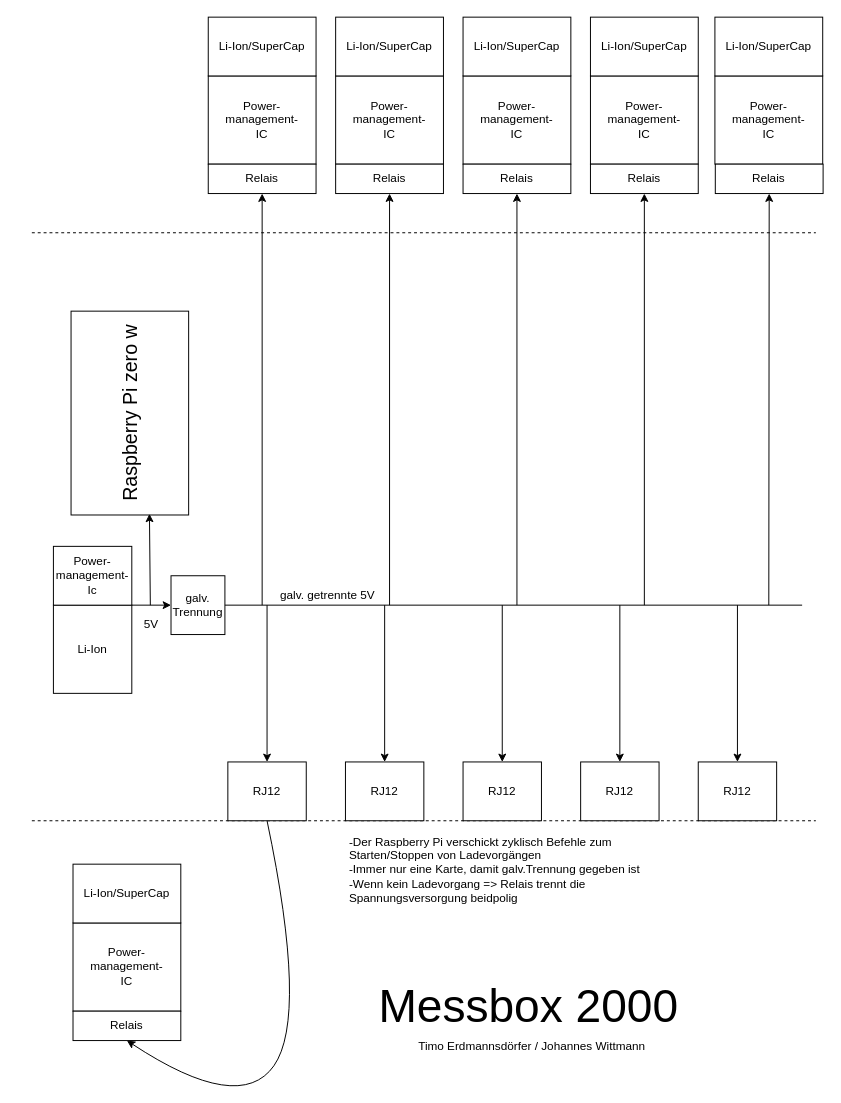
Earlier version of the draw.io diagram doc/Messbox_Power.drawio (klosskopf/Messbox). Source tidied: cells renumbered, new cells numbered last; positions are measured from the earlier drawing's top-left corner, leaving out a move shared by most shapes. Both pictures are drawn from the tidied source at 98%, with x=0, y=0 at pixel (27, 17).
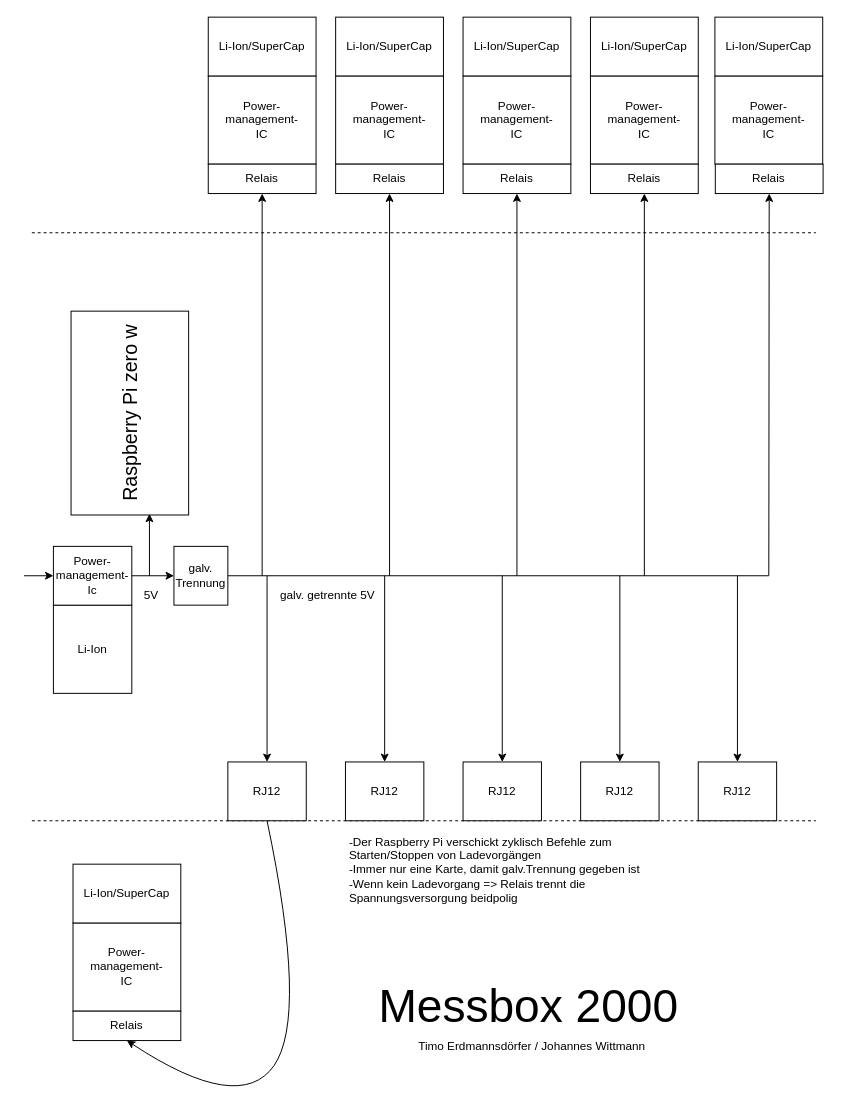
After the change.

Commit message (it also covers changes not shown here):
Added schematic pdfs

The change refers to these unchanged cells:
```xml
<mxCell id="8" value="Relais" style="rounded=0;whiteSpace=wrap;html=1;" parent="1" vertex="1">
  <mxGeometry x="184" y="150" width="110" height="30" as="geometry" />
</mxCell>
<mxCell id="9" value="Relais" style="rounded=0;whiteSpace=wrap;html=1;" parent="1" vertex="1">
  <mxGeometry x="314" y="150" width="110" height="30" as="geometry" />
</mxCell>
<mxCell id="10" value="Relais" style="rounded=0;whiteSpace=wrap;html=1;" parent="1" vertex="1">
  <mxGeometry x="444" y="150" width="110" height="30" as="geometry" />
</mxCell>
<mxCell id="11" value="Relais" style="rounded=0;whiteSpace=wrap;html=1;" parent="1" vertex="1">
  <mxGeometry x="574" y="150" width="110" height="30" as="geometry" />
</mxCell>
<mxCell id="12" value="Relais" style="rounded=0;whiteSpace=wrap;html=1;" parent="1" vertex="1">
  <mxGeometry x="701.4" y="150" width="110" height="30" as="geometry" />
</mxCell>
<mxCell id="20" value="RJ12" style="rounded=0;whiteSpace=wrap;html=1;" parent="1" vertex="1">
  <mxGeometry x="204" y="760" width="80" height="60" as="geometry" />
</mxCell>
<mxCell id="21" value="RJ12" style="rounded=0;whiteSpace=wrap;html=1;" parent="1" vertex="1">
  <mxGeometry x="324" y="760" width="80" height="60" as="geometry" />
</mxCell>
<mxCell id="22" value="RJ12" style="rounded=0;whiteSpace=wrap;html=1;" parent="1" vertex="1">
  <mxGeometry x="444" y="760" width="80" height="60" as="geometry" />
</mxCell>
<mxCell id="23" value="RJ12" style="rounded=0;whiteSpace=wrap;html=1;" parent="1" vertex="1">
  <mxGeometry x="564" y="760" width="80" height="60" as="geometry" />
</mxCell>
<mxCell id="24" value="RJ12" style="rounded=0;whiteSpace=wrap;html=1;" parent="1" vertex="1">
  <mxGeometry x="684" y="760" width="80" height="60" as="geometry" />
</mxCell>
<mxCell id="29" value="Power-&lt;br&gt;management-&lt;br&gt;Ic" style="rounded=0;whiteSpace=wrap;html=1;" parent="1" vertex="1">
  <mxGeometry x="26" y="540" width="80" height="60" as="geometry" />
</mxCell>
```

The edit, as a diff of the source:
```diff
@@
     <mxCell id="30" value="galv. Trennung" style="rounded=0;whiteSpace=wrap;html=1;" parent="1" vertex="1">
-      <mxGeometry x="146" y="570" width="55" height="60" as="geometry" />
+      <mxGeometry x="149" y="540" width="55" height="60" as="geometry" />
     </mxCell>
-    <mxCell id="31" style="endArrow=classic;html=1;entryX=0;entryY=0.5;entryDx=0;entryDy=0;" parent="1" edge="1" target="30">
-      <mxGeometry relative="1" as="geometry">
-        <mxPoint x="106" y="600" as="sourcePoint" />
-      </mxGeometry>
+    <mxCell id="31" style="endArrow=classic;html=1;entryX=0;entryY=0.5;entryDx=0;entryDy=0;exitX=1;exitY=0.5;exitDx=0;exitDy=0;" parent="1" edge="1" source="29" target="30">
+      <mxGeometry relative="1" as="geometry" />
     </mxCell>
     <mxCell id="32" style="endArrow=classic;html=1;entryX=0.006;entryY=0.676;entryDx=0;entryDy=0;entryPerimeter=0;" parent="1" edge="1">
       <mxGeometry relative="1" as="geometry">
-        <mxPoint x="124.9" y="600" as="sourcePoint" />
+        <mxPoint x="124" y="570" as="sourcePoint" />
         <mxPoint x="124" y="506.8" as="targetPoint" />
       </mxGeometry>
     </mxCell>
     <mxCell id="33" value="5V" style="text;html=1;strokeColor=none;fillColor=none;align=center;verticalAlign=middle;whiteSpace=wrap;rounded=0;rotation=0;" parent="1" vertex="1">
-      <mxGeometry x="106" y="610" width="40" height="20" as="geometry" />
+      <mxGeometry x="106" y="580" width="40" height="20" as="geometry" />
     </mxCell>
     <mxCell id="34" style="endArrow=none;html=1;exitX=1;exitY=0.5;exitDx=0;exitDy=0;" parent="1" edge="1" source="30">
       <mxGeometry relative="1" as="geometry">
-        <mxPoint x="790" y="600" as="targetPoint" />
+        <mxPoint x="756" y="570" as="targetPoint" />
       </mxGeometry>
     </mxCell>
     <mxCell id="35" style="endArrow=classic;html=1;entryX=0.5;entryY=1;entryDx=0;entryDy=0;" parent="1" edge="1" target="8">
       <mxGeometry relative="1" as="geometry">
-        <mxPoint x="239" y="600" as="sourcePoint" />
+        <mxPoint x="239" y="570" as="sourcePoint" />
       </mxGeometry>
     </mxCell>
     <mxCell id="36" style="endArrow=classic;html=1;entryX=0.5;entryY=1;entryDx=0;entryDy=0;" parent="1" edge="1" target="9">
       <mxGeometry relative="1" as="geometry">
-        <mxPoint x="369" y="600" as="sourcePoint" />
+        <mxPoint x="369" y="570" as="sourcePoint" />
       </mxGeometry>
     </mxCell>
     <mxCell id="37" style="endArrow=classic;html=1;entryX=0.5;entryY=1;entryDx=0;entryDy=0;" parent="1" edge="1" target="10">
       <mxGeometry relative="1" as="geometry">
-        <mxPoint x="499" y="600" as="sourcePoint" />
+        <mxPoint x="499" y="570" as="sourcePoint" />
       </mxGeometry>
     </mxCell>
     <mxCell id="38" style="endArrow=classic;html=1;entryX=0.5;entryY=1;entryDx=0;entryDy=0;" parent="1" edge="1" target="11">
       <mxGeometry relative="1" as="geometry">
-        <mxPoint x="629" y="600" as="sourcePoint" />
+        <mxPoint x="629" y="570" as="sourcePoint" />
       </mxGeometry>
     </mxCell>
     <mxCell id="39" style="endArrow=classic;html=1;entryX=0.5;entryY=1;entryDx=0;entryDy=0;" parent="1" edge="1" target="12">
       <mxGeometry relative="1" as="geometry">
-        <mxPoint x="756" y="600" as="sourcePoint" />
+        <mxPoint x="756" y="570" as="sourcePoint" />
       </mxGeometry>
     </mxCell>
     <mxCell id="40" style="endArrow=classic;html=1;entryX=0.5;entryY=0;entryDx=0;entryDy=0;" parent="1" edge="1" target="20">
       <mxGeometry relative="1" as="geometry">
-        <mxPoint x="244" y="600" as="sourcePoint" />
+        <mxPoint x="244" y="570" as="sourcePoint" />
       </mxGeometry>
     </mxCell>
     <mxCell id="41" style="endArrow=classic;html=1;entryX=0.5;entryY=0;entryDx=0;entryDy=0;" parent="1" edge="1" target="21">
       <mxGeometry relative="1" as="geometry">
-        <mxPoint x="364" y="600" as="sourcePoint" />
+        <mxPoint x="364" y="570" as="sourcePoint" />
       </mxGeometry>
     </mxCell>
     <mxCell id="42" style="endArrow=classic;html=1;entryX=0.5;entryY=0;entryDx=0;entryDy=0;" parent="1" edge="1" target="22">
       <mxGeometry relative="1" as="geometry">
-        <mxPoint x="484" y="600" as="sourcePoint" />
+        <mxPoint x="484" y="570" as="sourcePoint" />
       </mxGeometry>
     </mxCell>
     <mxCell id="43" style="endArrow=classic;html=1;entryX=0.5;entryY=0;entryDx=0;entryDy=0;" parent="1" edge="1" target="23">
       <mxGeometry relative="1" as="geometry">
-        <mxPoint x="604" y="600" as="sourcePoint" />
+        <mxPoint x="604" y="570" as="sourcePoint" />
       </mxGeometry>
     </mxCell>
     <mxCell id="44" style="endArrow=classic;html=1;entryX=0.5;entryY=0;entryDx=0;entryDy=0;" parent="1" edge="1" target="24">
       <mxGeometry relative="1" as="geometry">
-        <mxPoint x="724" y="600" as="sourcePoint" />
+        <mxPoint x="724" y="570" as="sourcePoint" />
       </mxGeometry>
     </mxCell>
@@
+    <mxCell id="50" style="endArrow=classic;html=1;entryX=0;entryY=0.5;entryDx=0;entryDy=0;" parent="1" edge="1" target="29">
+      <mxGeometry relative="1" as="geometry">
+        <mxPoint x="-4" y="570" as="sourcePoint" />
+      </mxGeometry>
+    </mxCell>
```
